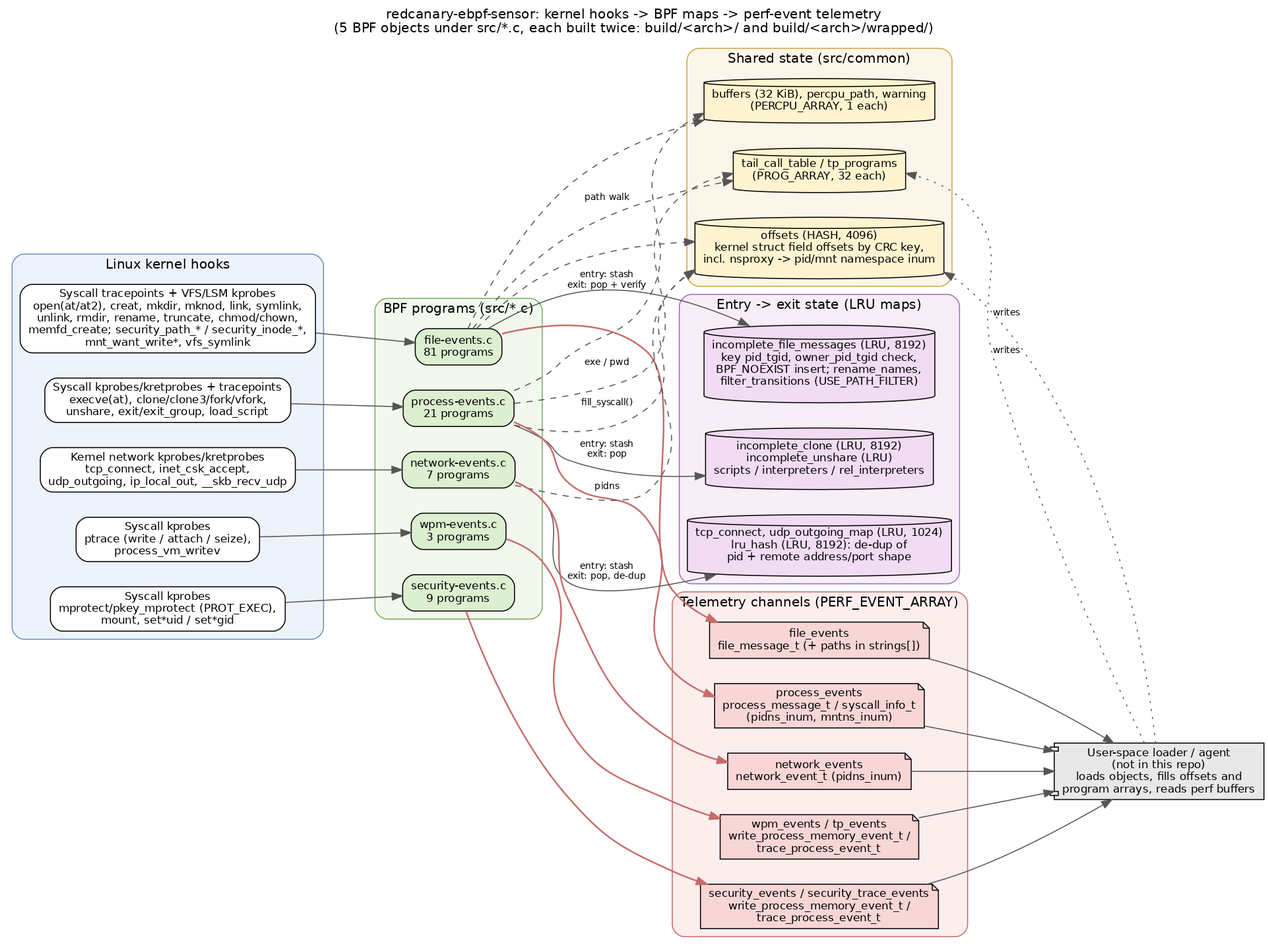
Before: docs/diagrams/architecture.png, a diagram exported from Graphviz (COG-GTM/redcanary-ebpf-sensor). Its source is kept beside it as docs/diagrams/architecture.dot. Its diagram source:
```dot
digraph architecture {
  graph [rankdir=LR, fontname="DejaVu Sans", fontsize=13, nodesep=0.35, ranksep=0.9,
         labelloc=t, label="redcanary-ebpf-sensor: kernel hooks -> BPF maps -> perf-event telemetry\n(5 BPF objects under src/*.c, each built twice: build/<arch>/ and build/<arch>/wrapped/)"];
  node  [shape=box, style="rounded,filled", fontname="DejaVu Sans", fontsize=11, fillcolor="#ffffff"];
  edge  [fontname="DejaVu Sans", fontsize=9, color="#555555"];

  subgraph cluster_kernel {
    label="Linux kernel hooks"; style="rounded,filled"; fillcolor="#eef3fb"; color="#6b8cc7";
    k_file [label="Syscall tracepoints + VFS/LSM kprobes\nopen(at/at2), creat, mkdir, mknod, link, symlink,\nunlink, rmdir, rename, truncate, chmod/chown,\nmemfd_create; security_path_* / security_inode_*,\nmnt_want_write*, vfs_symlink"];
    k_proc [label="Syscall kprobes/kretprobes + tracepoints\nexecve(at), clone/clone3/fork/vfork,\nunshare, exit/exit_group, load_script"];
    k_net  [label="Kernel network kprobes/kretprobes\ntcp_connect, inet_csk_accept,\nudp_outgoing, ip_local_out, __skb_recv_udp"];
    k_wpm  [label="Syscall kprobes\nptrace (write / attach / seize),\nprocess_vm_writev"];
    k_sec  [label="Syscall kprobes\nmprotect/pkey_mprotect (PROT_EXEC),\nmount, set*uid / set*gid"];
  }

  subgraph cluster_bpf {
    label="BPF programs (src/*.c)"; style="rounded,filled"; fillcolor="#f2f8ee"; color="#7aa95c";
    p_file [label="file-events.c\n81 programs", fillcolor="#dcefd0"];
    p_proc [label="process-events.c\n21 programs", fillcolor="#dcefd0"];
    p_net  [label="network-events.c\n7 programs", fillcolor="#dcefd0"];
    p_wpm  [label="wpm-events.c\n3 programs", fillcolor="#dcefd0"];
    p_sec  [label="security-events.c\n9 programs", fillcolor="#dcefd0"];
  }

  subgraph cluster_shared {
    label="Shared state (src/common)"; style="rounded,filled"; fillcolor="#fbf6e9"; color="#c9a646";
    m_offsets [label="offsets (HASH, 4096)\nkernel struct field offsets by CRC key,\nincl. nsproxy -> pid/mnt namespace inum", shape=cylinder, fillcolor="#fff4cf"];
    m_tail    [label="tail_call_table / tp_programs\n(PROG_ARRAY, 32 each)", shape=cylinder, fillcolor="#fff4cf"];
    m_percpu  [label="buffers (32 KiB), percpu_path, warning\n(PERCPU_ARRAY, 1 each)", shape=cylinder, fillcolor="#fff4cf"];
  }

  subgraph cluster_state {
    label="Entry -> exit state (LRU maps)"; style="rounded,filled"; fillcolor="#f7eef8"; color="#a56bb0";
    m_incfile [label="incomplete_file_messages (LRU, 8192)\nkey pid_tgid, owner_pid_tgid check,\nBPF_NOEXIST insert; rename_names,\nfilter_transitions (USE_PATH_FILTER)", shape=cylinder, fillcolor="#f1dcf4"];
    m_incproc [label="incomplete_clone (LRU, 8192)\nincomplete_unshare (LRU)\nscripts / interpreters / rel_interpreters", shape=cylinder, fillcolor="#f1dcf4"];
    m_incnet  [label="tcp_connect, udp_outgoing_map (LRU, 1024)\nlru_hash (LRU, 8192): de-dup of\npid + remote address/port shape", shape=cylinder, fillcolor="#f1dcf4"];
  }

  subgraph cluster_out {
    label="Telemetry channels (PERF_EVENT_ARRAY)"; style="rounded,filled"; fillcolor="#fdeeee"; color="#c76b6b";
    o_file [label="file_events\nfile_message_t (+ paths in strings[])", shape=note, fillcolor="#f9d6d6"];
    o_proc [label="process_events\nprocess_message_t / syscall_info_t\n(pidns_inum, mntns_inum)", shape=note, fillcolor="#f9d6d6"];
    o_net  [label="network_events\nnetwork_event_t (pidns_inum)", shape=note, fillcolor="#f9d6d6"];
    o_wpm  [label="wpm_events / tp_events\nwrite_process_memory_event_t /\ntrace_process_event_t", shape=note, fillcolor="#f9d6d6"];
    o_sec  [label="security_events / security_trace_events\nwrite_process_memory_event_t /\ntrace_process_event_t", shape=note, fillcolor="#f9d6d6"];
  }

  user [label="User-space loader / agent\n(not in this repo)\nloads objects, fills offsets and\nprogram arrays, reads perf buffers", shape=component, fillcolor="#e8e8e8"];

  k_file -> p_file; k_proc -> p_proc; k_net -> p_net; k_wpm -> p_wpm; k_sec -> p_sec;

  p_file -> m_incfile [label="entry: stash\nexit: pop + verify"];
  p_proc -> m_incproc [label="entry: stash\nexit: pop"];
  p_net  -> m_incnet  [label="entry: stash\nexit: pop, de-dup"];

  p_file -> m_tail [style=dashed, label="path walk"];
  p_proc -> m_tail [style=dashed, label="exe / pwd"];
  p_file -> m_percpu [style=dashed];
  p_proc -> m_percpu [style=dashed];
  p_proc -> m_offsets [style=dashed, label="fill_syscall()"];
  p_file -> m_offsets [style=dashed];
  p_net  -> m_offsets [style=dashed, label="pidns"];

  p_file -> o_file [color="#c76b6b", penwidth=1.6];
  p_proc -> o_proc [color="#c76b6b", penwidth=1.6];
  p_net  -> o_net  [color="#c76b6b", penwidth=1.6];
  p_wpm  -> o_wpm  [color="#c76b6b", penwidth=1.6];
  p_sec  -> o_sec  [color="#c76b6b", penwidth=1.6];

  o_file -> user; o_proc -> user; o_net -> user; o_wpm -> user; o_sec -> user;
  user -> m_offsets [style=dotted, constraint=false, label="writes"];
  user -> m_tail    [style=dotted, constraint=false, label="writes"];
}
```
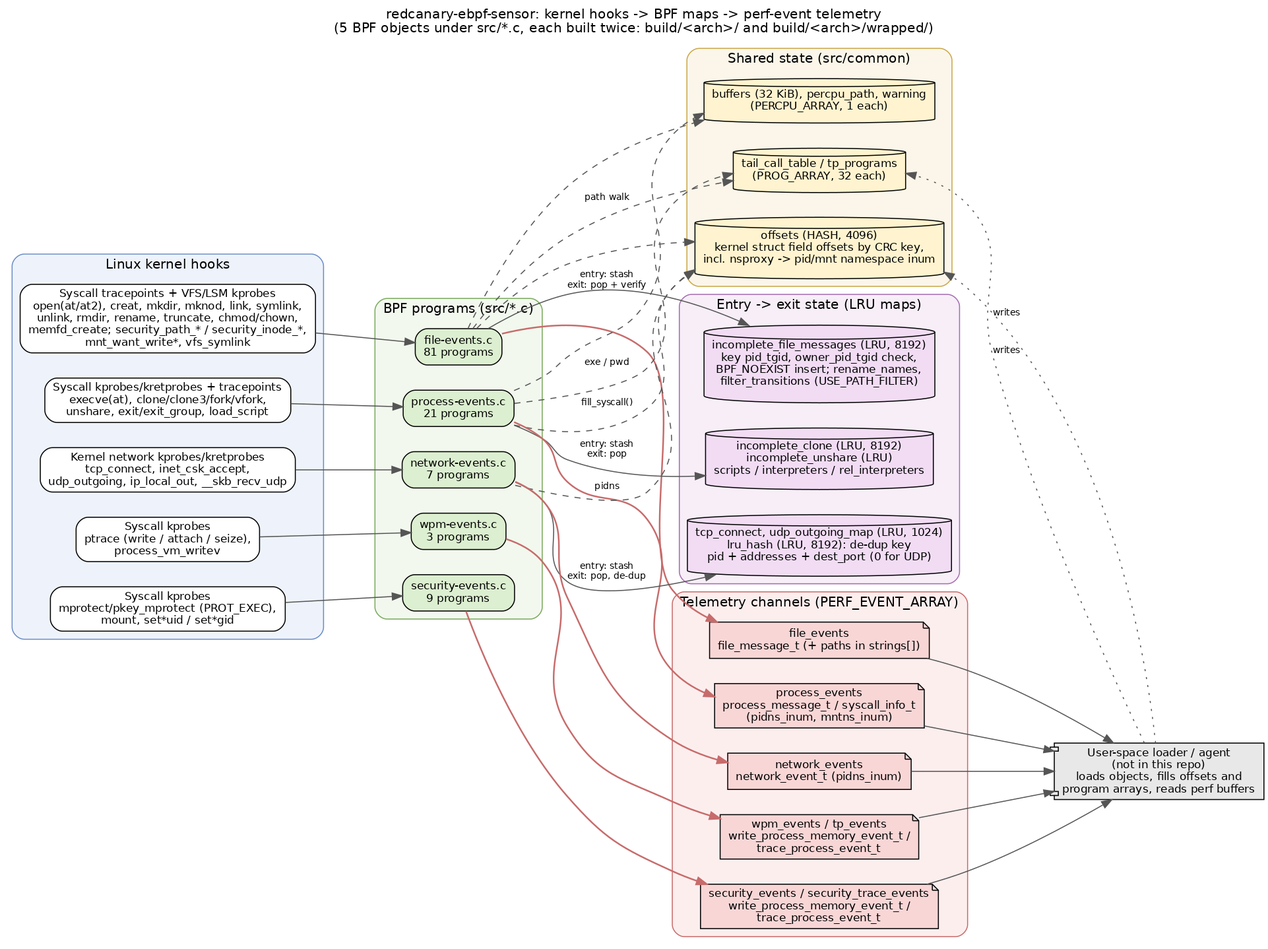
The same file after the commit.

Diff of the diagram source:
```diff
@@ -33,7 +33,7 @@
     label="Entry -> exit state (LRU maps)"; style="rounded,filled"; fillcolor="#f7eef8"; color="#a56bb0";
     m_incfile [label="incomplete_file_messages (LRU, 8192)\nkey pid_tgid, owner_pid_tgid check,\nBPF_NOEXIST insert; rename_names,\nfilter_transitions (USE_PATH_FILTER)", shape=cylinder, fillcolor="#f1dcf4"];
     m_incproc [label="incomplete_clone (LRU, 8192)\nincomplete_unshare (LRU)\nscripts / interpreters / rel_interpreters", shape=cylinder, fillcolor="#f1dcf4"];
-    m_incnet  [label="tcp_connect, udp_outgoing_map (LRU, 1024)\nlru_hash (LRU, 8192): de-dup of\npid + remote address/port shape", shape=cylinder, fillcolor="#f1dcf4"];
+    m_incnet  [label="tcp_connect, udp_outgoing_map (LRU, 1024)\nlru_hash (LRU, 8192): de-dup key\npid + addresses + dest_port (0 for UDP)", shape=cylinder, fillcolor="#f1dcf4"];
   }
 
   subgraph cluster_out {
```
